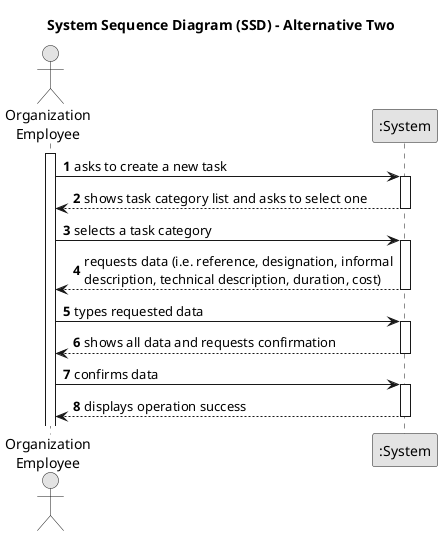
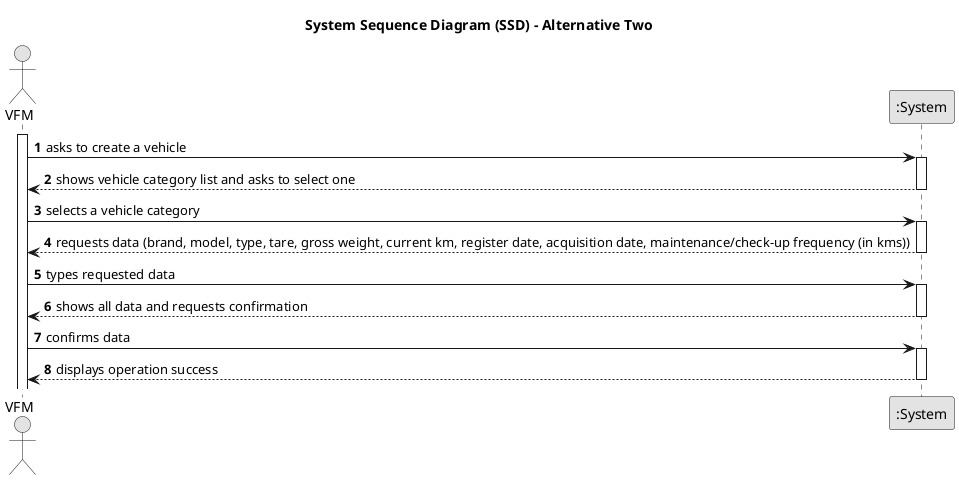
@startuml
skinparam monochrome true
skinparam packageStyle rectangle
skinparam shadowing false

title System Sequence Diagram (SSD) - Alternative Two

autonumber

- actor "Organization\nEmployee" as Employee
+ actor "VFM" as VFM
participant ":System" as System

- activate Employee
+ activate VFM

-     Employee -> System : asks to create a new task
+     VFM -> System : asks to create a vehicle
    activate System

-         System --> Employee : shows task category list and asks to select one
+         System --> VFM : shows vehicle category list and asks to select one
    deactivate System

-     Employee -> System : selects a task category
+     VFM -> System : selects a vehicle category
    activate System

-         System --> Employee : requests data (i.e. reference, designation, informal\ndescription, technical description, duration, cost)
+         System --> VFM : requests data (brand, model, type, tare, gross weight, current km, register date, acquisition date, maintenance/check-up frequency (in kms))
    deactivate System

-     Employee -> System : types requested data
+     VFM -> System : types requested data
    activate System

-         System --> Employee : shows all data and requests confirmation
+         System --> VFM : shows all data and requests confirmation
    deactivate System

-     Employee -> System : confirms data
+     VFM -> System : confirms data
    activate System

-         System --> Employee : displays operation success
+         System --> VFM : displays operation success
    deactivate System
@enduml